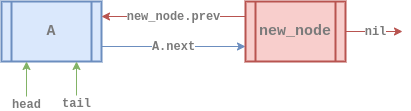
The draw.io diagram assets/data-structure/linked-list/dll-insert2.png in euisblue/vue-blog, before a commit. Source tidied: cells renumbered, new cells last; positions are measured from the earlier drawing's top-left corner, leaving out a move shared by most shapes.
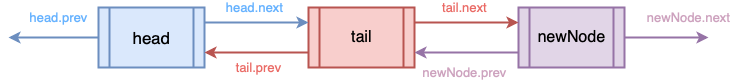
The same file after the commit.

Change to the diagram source:
```diff
@@ -2,34 +2,45 @@
   <root>
     <mxCell id="0" />
     <mxCell id="1" parent="0" />
-    <mxCell id="2" value="&lt;b style=&quot;color: rgb(0 , 0 , 0) ; font-size: 11px ; font-style: normal ; letter-spacing: normal ; text-align: center ; text-indent: 0px ; text-transform: none ; word-spacing: 0px ; font-family: &amp;#34;courier new&amp;#34;&quot;&gt;&lt;font color=&quot;#7a7a7a&quot; style=&quot;font-size: 12px&quot;&gt;A.next&lt;/font&gt;&lt;/b&gt;" style="edgeStyle=none;rounded=0;jettySize=auto;html=1;exitX=1;exitY=0.75;exitDx=0;exitDy=0;entryX=0;entryY=0.75;entryDx=0;entryDy=0;fillColor=#dae8fc;strokeColor=#6c8ebf;" parent="1" edge="1" source="3" target="8">
-      <mxGeometry relative="1" as="geometry" />
+    <mxCell id="2" value="&lt;span style=&quot;font-size: 13px&quot;&gt;&lt;font color=&quot;#cda2be&quot;&gt;newNode.next&lt;/font&gt;&lt;/span&gt;" style="edgeStyle=orthogonalEdgeStyle;rounded=0;jettySize=auto;html=1;exitX=1;exitY=0.5;exitDx=0;exitDy=0;fillColor=#e1d5e7;strokeColor=#9673a6;labelBackgroundColor=none;strokeWidth=2;" parent="1" edge="1" source="3">
+      <mxGeometry x="0.52" y="20" relative="1" as="geometry">
+        <mxPoint x="190" y="30" as="targetPoint" />
+      </mxGeometry>
     </mxCell>
-    <mxCell id="3" value="&lt;div&gt;&lt;font color=&quot;#7a7a7a&quot; face=&quot;courier new&quot;&gt;&lt;span style=&quot;font-size: 15px&quot;&gt;A&lt;/span&gt;&lt;/font&gt;&lt;/div&gt;" style="shape=process;whiteSpace=wrap;html=1;backgroundOutline=1;fillColor=#dae8fc;strokeColor=#6c8ebf;gradientDirection=east;strokeWidth=2;shadow=0;glass=0;align=center;sketch=0;fontStyle=1;" parent="1" vertex="1">
-      <mxGeometry width="100" height="60" as="geometry" />
+    <mxCell id="3" value="&lt;font&gt;&lt;font size=&quot;3&quot;&gt;newNode&lt;/font&gt;&lt;br&gt;&lt;/font&gt;" style="shape=process;whiteSpace=wrap;html=1;backgroundOutline=1;strokeWidth=2;fillColor=#e1d5e7;strokeColor=#9673a6;fontStyle=0;fontFamily=Helvetica;fontSize=14;labelBackgroundColor=none;labelBorderColor=none;" parent="1" vertex="1">
+      <mxGeometry width="106" height="60" as="geometry" />
     </mxCell>
-    <mxCell id="4" value="&lt;font color=&quot;#7a7a7a&quot; face=&quot;courier new&quot;&gt;&lt;span style=&quot;font-size: 12px&quot;&gt;&lt;b&gt;head&lt;/b&gt;&lt;/span&gt;&lt;/font&gt;" style="rounded=0;jettySize=auto;html=1;fillColor=#d5e8d4;strokeColor=#82b366;entryX=0.25;entryY=1;entryDx=0;entryDy=0;" parent="1" edge="1" target="3">
-      <mxGeometry x="-1" y="-8" relative="1" as="geometry">
-        <mxPoint x="25" y="95" as="sourcePoint" />
-        <mxPoint x="-8" y="8" as="offset" />
-      </mxGeometry>
+    <mxCell id="4" value="&lt;font&gt;&lt;span style=&quot;font-size: 17px&quot;&gt;head&lt;/span&gt;&lt;br&gt;&lt;/font&gt;" style="shape=process;whiteSpace=wrap;html=1;backgroundOutline=1;strokeWidth=2;fillColor=#dae8fc;strokeColor=#6c8ebf;fontStyle=0;fontFamily=Helvetica;fontSize=14;labelBackgroundColor=none;labelBorderColor=none;" parent="1" vertex="1">
+      <mxGeometry x="-420" width="106" height="60" as="geometry" />
     </mxCell>
-    <mxCell id="5" value="&lt;font color=&quot;#7a7a7a&quot; face=&quot;courier new&quot;&gt;&lt;span style=&quot;font-size: 12px&quot;&gt;&lt;b&gt;tail&lt;/b&gt;&lt;/span&gt;&lt;/font&gt;" style="rounded=0;jettySize=auto;html=1;fillColor=#d5e8d4;strokeColor=#82b366;entryX=0.75;entryY=1;entryDx=0;entryDy=0;" parent="1" edge="1" target="3">
-      <mxGeometry x="-1" y="-8" relative="1" as="geometry">
-        <mxPoint x="75" y="94" as="sourcePoint" />
-        <mxPoint x="-8" y="8" as="offset" />
-      </mxGeometry>
+    <mxCell id="5" value="&lt;font&gt;&lt;font size=&quot;3&quot;&gt;tail&lt;/font&gt;&lt;br&gt;&lt;/font&gt;" style="shape=process;whiteSpace=wrap;html=1;backgroundOutline=1;strokeWidth=2;fillColor=#f8cecc;strokeColor=#b85450;fontStyle=0;fontFamily=Helvetica;fontSize=14;labelBackgroundColor=none;labelBorderColor=none;" parent="1" vertex="1">
+      <mxGeometry x="-210" width="106" height="60" as="geometry" />
     </mxCell>
-    <mxCell id="6" value="&lt;b style=&quot;color: rgb(0 , 0 , 0) ; font-size: 11px ; font-style: normal ; letter-spacing: normal ; text-align: center ; text-indent: 0px ; text-transform: none ; word-spacing: 0px ; font-family: &amp;#34;courier new&amp;#34;&quot;&gt;&lt;font color=&quot;#7a7a7a&quot; style=&quot;font-size: 12px&quot;&gt;new_node.prev&lt;/font&gt;&lt;/b&gt;" style="edgeStyle=none;rounded=0;jettySize=auto;html=1;exitX=0;exitY=0.25;exitDx=0;exitDy=0;entryX=1;entryY=0.25;entryDx=0;entryDy=0;fillColor=#f8cecc;strokeColor=#b85450;" parent="1" edge="1" source="8" target="3">
-      <mxGeometry relative="1" as="geometry" />
+    <mxCell id="6" value="&lt;span style=&quot;color: rgb(102 , 178 , 255) ; font-size: 13px&quot;&gt;head.next&lt;/span&gt;" style="edgeStyle=orthogonalEdgeStyle;rounded=0;jettySize=auto;html=1;exitX=1;exitY=0.25;exitDx=0;exitDy=0;entryX=0;entryY=0.25;entryDx=0;entryDy=0;labelBackgroundColor=none;strokeWidth=2;fontFamily=Helvetica;fontColor=#666666;align=center;fillColor=#dae8fc;strokeColor=#6c8ebf;" parent="1" edge="1" source="4" target="5">
+      <mxGeometry x="-0.04" y="15" relative="1" as="geometry">
+        <Array as="points">
+          <mxPoint x="-260" y="15" />
+          <mxPoint x="-260" y="15" />
+        </Array>
+      </mxGeometry>
     </mxCell>
-    <mxCell id="7" value="&lt;b style=&quot;color: rgb(0 , 0 , 0) ; font-size: 11px ; font-style: normal ; letter-spacing: normal ; text-align: center ; text-indent: 0px ; text-transform: none ; word-spacing: 0px ; font-family: &amp;#34;courier new&amp;#34;&quot;&gt;&lt;font color=&quot;#7a7a7a&quot; style=&quot;font-size: 12px&quot;&gt;nil&lt;br&gt;&lt;/font&gt;&lt;/b&gt;" style="edgeStyle=none;rounded=0;jettySize=auto;html=1;exitX=1;exitY=0.5;exitDx=0;exitDy=0;fillColor=#f8cecc;strokeColor=#b85450;" parent="1" edge="1" source="8">
-      <mxGeometry x="0.04" relative="1" as="geometry">
-        <mxPoint x="401" y="30" as="targetPoint" />
-      </mxGeometry>
+    <mxCell id="7" value="&lt;span style=&quot;color: rgb(234 , 107 , 102) ; font-size: 13px&quot;&gt;tail.next&lt;/span&gt;" style="edgeStyle=orthogonalEdgeStyle;rounded=0;jettySize=auto;html=1;labelBackgroundColor=none;strokeWidth=2;fontFamily=Helvetica;fontColor=#666666;align=center;fillColor=#f8cecc;strokeColor=#b85450;exitX=1;exitY=0.25;exitDx=0;exitDy=0;entryX=0;entryY=0.25;entryDx=0;entryDy=0;" parent="1" edge="1" source="5" target="3">
+      <mxGeometry x="-0.04" y="15" relative="1" as="geometry" />
     </mxCell>
-    <mxCell id="8" value="&lt;div&gt;&lt;font color=&quot;#7a7a7a&quot; face=&quot;courier new&quot; style=&quot;font-size: 15px&quot;&gt;new_node&lt;/font&gt;&lt;/div&gt;" style="shape=process;whiteSpace=wrap;html=1;backgroundOutline=1;fillColor=#f8cecc;strokeColor=#b85450;gradientDirection=east;strokeWidth=2;shadow=0;glass=0;align=center;sketch=0;fontStyle=1;" parent="1" vertex="1">
-      <mxGeometry x="244" width="100" height="60" as="geometry" />
+    <mxCell id="8" value="&lt;span style=&quot;color: rgb(234 , 107 , 102) ; font-size: 13px&quot;&gt;tail.prev&lt;/span&gt;" style="edgeStyle=orthogonalEdgeStyle;rounded=0;jettySize=auto;html=1;labelBackgroundColor=none;strokeWidth=2;fontFamily=Helvetica;fontColor=#666666;align=center;fillColor=#f8cecc;strokeColor=#b85450;entryX=1;entryY=0.75;entryDx=0;entryDy=0;exitX=0;exitY=0.75;exitDx=0;exitDy=0;" parent="1" edge="1" source="5" target="4">
+      <mxGeometry x="-0.04" y="15" relative="1" as="geometry" />
     </mxCell>
+    <mxCell id="9" value="&lt;span style=&quot;font-size: 13px&quot;&gt;&lt;font color=&quot;#cda2be&quot;&gt;newNode.prev&lt;/font&gt;&lt;/span&gt;" style="edgeStyle=orthogonalEdgeStyle;rounded=0;jettySize=auto;html=1;fillColor=#e1d5e7;strokeColor=#9673a6;labelBackgroundColor=none;strokeWidth=2;entryX=1;entryY=0.75;entryDx=0;entryDy=0;exitX=0;exitY=0.75;exitDx=0;exitDy=0;" parent="1" edge="1" source="3" target="5">
+      <mxGeometry x="0.05" y="20" relative="1" as="geometry" />
+    </mxCell>
+    <mxCell id="10" value="&lt;span style=&quot;color: rgb(102 , 178 , 255) ; font-size: 13px&quot;&gt;head.prev&lt;/span&gt;" style="edgeStyle=orthogonalEdgeStyle;rounded=0;jettySize=auto;html=1;exitX=0;exitY=0.5;exitDx=0;exitDy=0;labelBackgroundColor=none;strokeWidth=2;fontFamily=Helvetica;fontColor=#666666;align=center;fillColor=#dae8fc;strokeColor=#6c8ebf;" parent="1" edge="1" source="4">
+      <mxGeometry x="-0.11" y="-20" relative="1" as="geometry">
+        <mxPoint x="-510" y="30" as="targetPoint" />
+        <Array as="points">
+          <mxPoint x="-470" y="30" />
+          <mxPoint x="-470" y="30" />
+        </Array>
+      </mxGeometry>
+    </mxCell>
   </root>
 </mxGraphModel>
```
